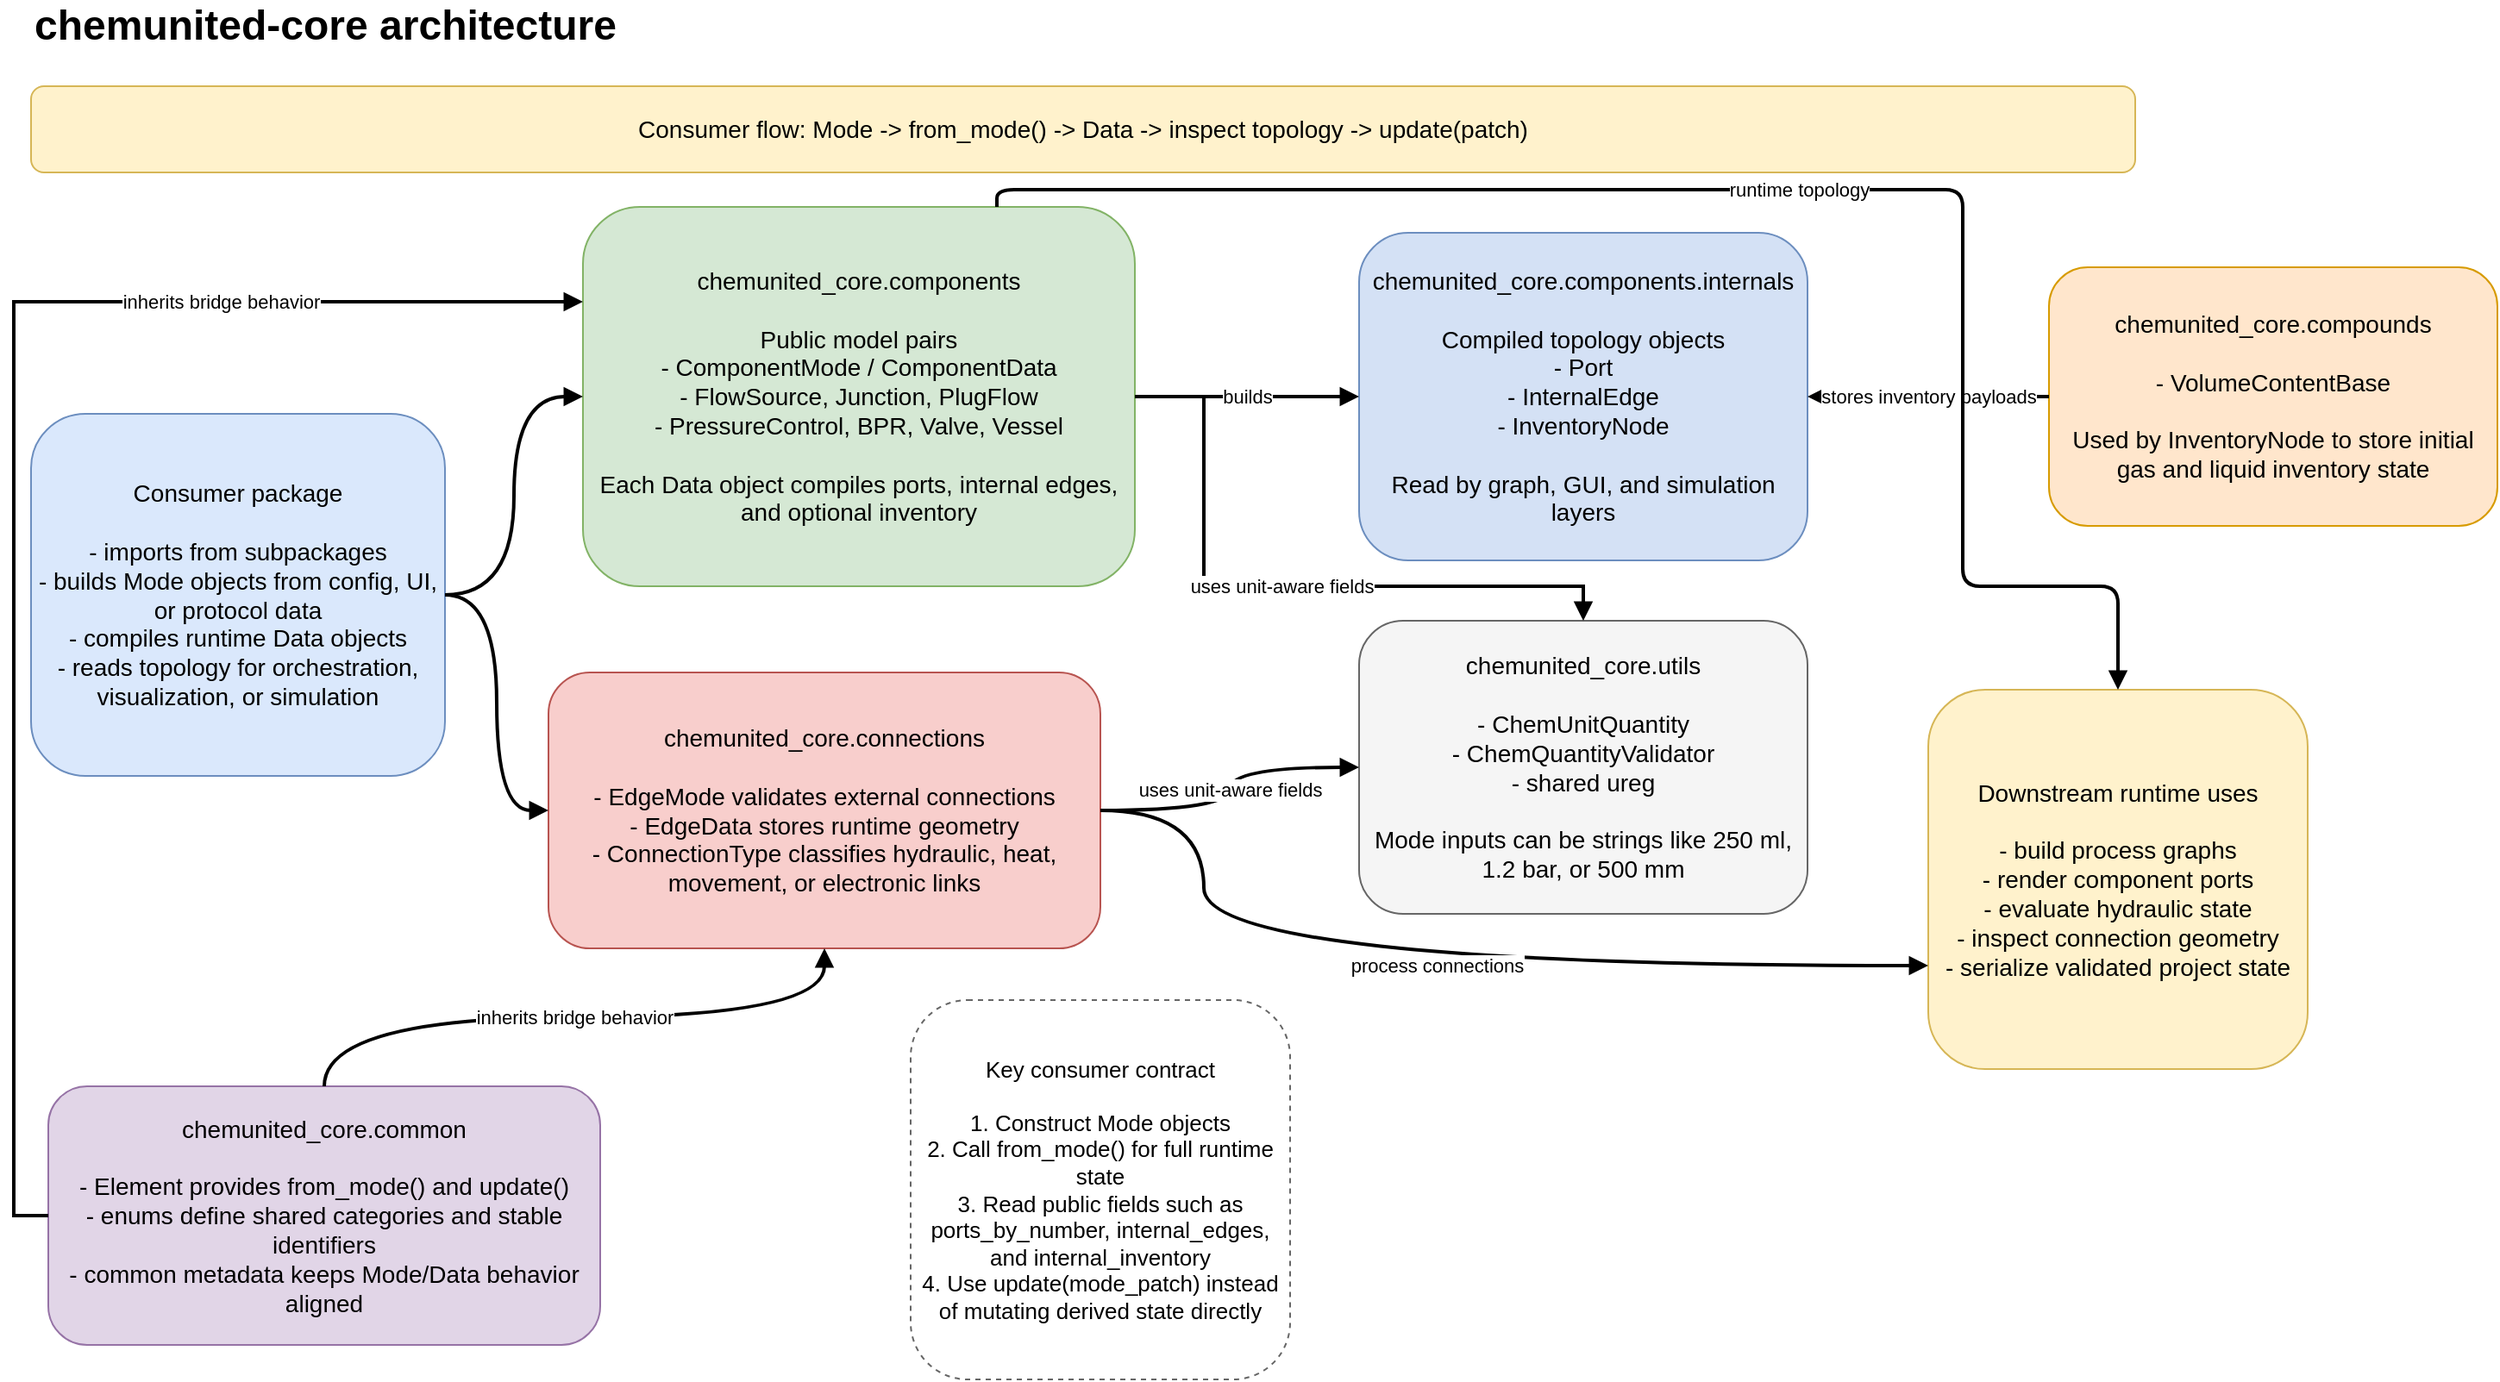
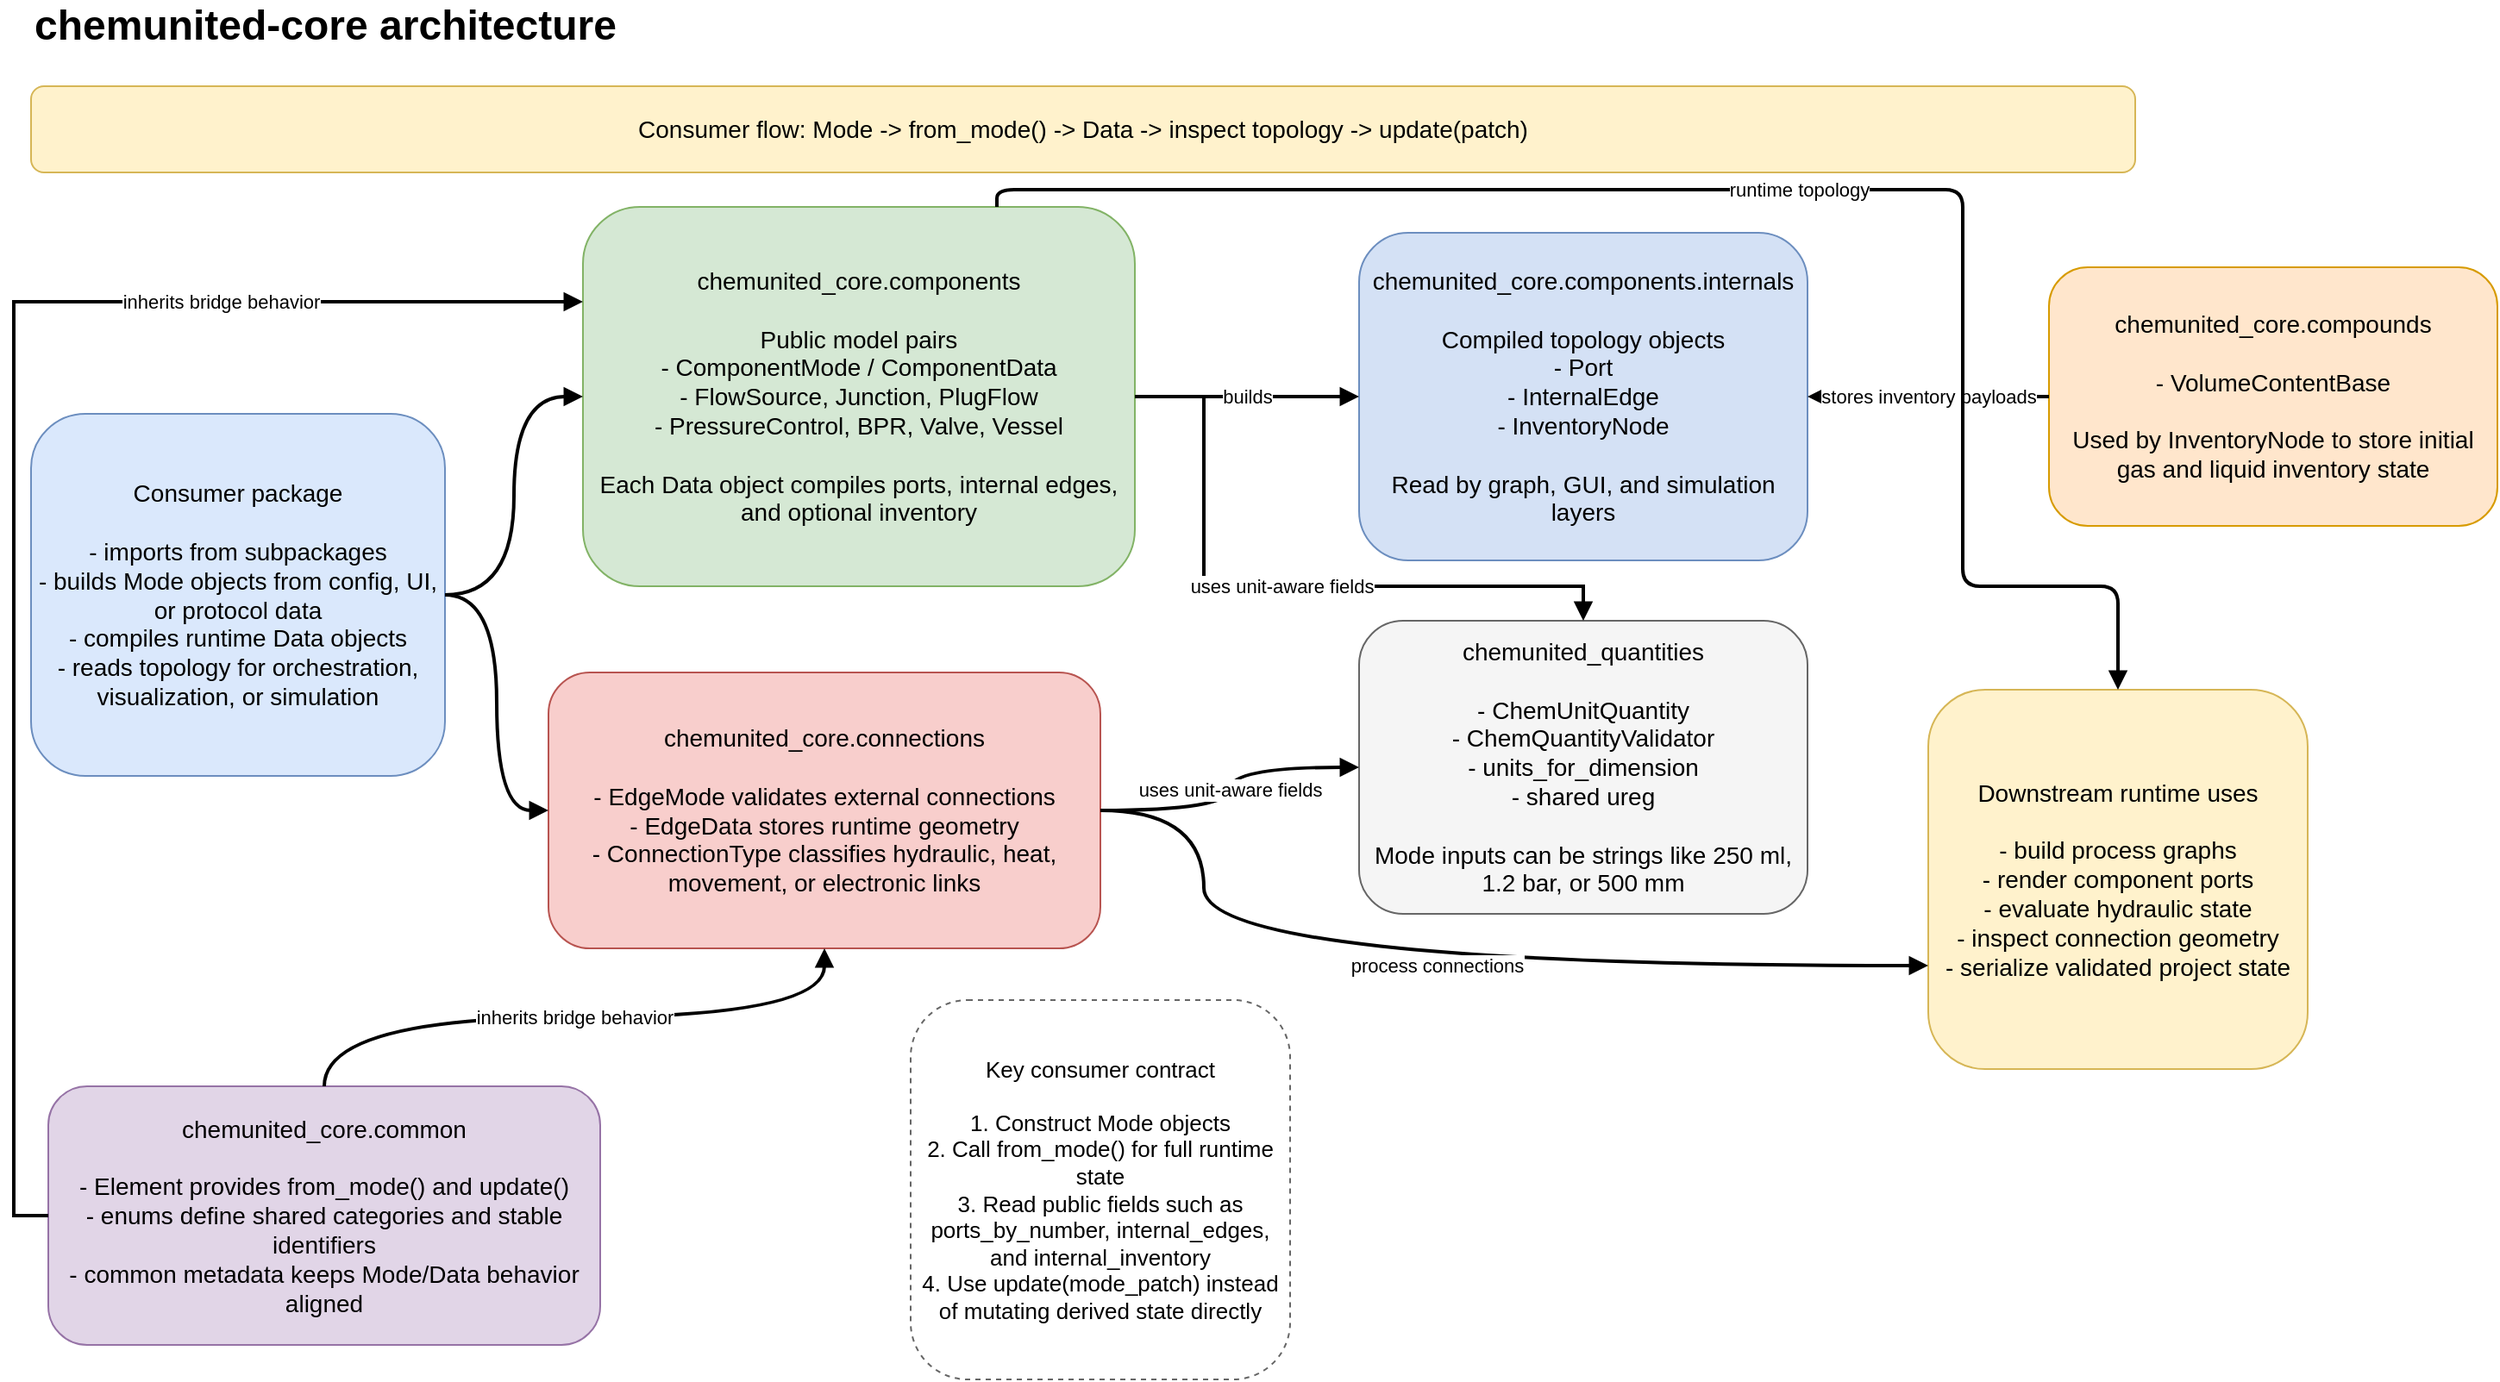
<mxfile host="65bd71144e" compressed="false">
    <diagram id="chemunited-core-architecture" name="Architecture">
        <mxGraphModel dx="1426" dy="861" grid="1" gridSize="10" guides="1" tooltips="1" connect="1" arrows="1" fold="1" page="1" pageScale="1" pageWidth="1600" pageHeight="900" math="0" shadow="0">
            <root>
                <mxCell id="0"/>
                <mxCell id="1" parent="0"/>
                <mxCell id="title" value="chemunited-core architecture" style="text;html=1;strokeColor=none;fillColor=none;align=left;verticalAlign=middle;fontSize=24;fontStyle=1;" parent="1" vertex="1">
                    <mxGeometry x="40" y="20" width="320" height="30" as="geometry"/>
                </mxCell>
                <mxCell id="summary" value="Consumer flow: Mode -&gt; from_mode() -&gt; Data -&gt; inspect topology -&gt; update(patch)" style="rounded=1;whiteSpace=wrap;html=1;fillColor=#fff2cc;strokeColor=#d6b656;fontSize=14;" parent="1" vertex="1">
                    <mxGeometry x="40" y="70" width="1220" height="50" as="geometry"/>
                </mxCell>
                <mxCell id="consumer" value="Consumer package&#xa;&#xa;- imports from subpackages&#xa;- builds Mode objects from config, UI, or protocol data&#xa;- compiles runtime Data objects&#xa;- reads topology for orchestration, visualization, or simulation" style="rounded=1;whiteSpace=wrap;html=1;fillColor=#dae8fc;strokeColor=#6c8ebf;fontSize=14;" parent="1" vertex="1">
                    <mxGeometry x="40" y="260" width="240" height="210" as="geometry"/>
                </mxCell>
                <mxCell id="components" value="chemunited_core.components&#xa;&#xa;Public model pairs&#xa;- ComponentMode / ComponentData&#xa;- FlowSource, Junction, PlugFlow&#xa;- PressureControl, BPR, Valve, Vessel&#xa;&#xa;Each Data object compiles ports, internal edges, and optional inventory" style="rounded=1;whiteSpace=wrap;html=1;fillColor=#d5e8d4;strokeColor=#82b366;fontSize=14;" parent="1" vertex="1">
                    <mxGeometry x="360" y="140" width="320" height="220" as="geometry"/>
                </mxCell>
                <mxCell id="connections" value="chemunited_core.connections&#xa;&#xa;- EdgeMode validates external connections&#xa;- EdgeData stores runtime geometry&#xa;- ConnectionType classifies hydraulic, heat, movement, or electronic links" style="rounded=1;whiteSpace=wrap;html=1;fillColor=#f8cecc;strokeColor=#b85450;fontSize=14;" parent="1" vertex="1">
                    <mxGeometry x="340" y="410" width="320" height="160" as="geometry"/>
                </mxCell>
                <mxCell id="common" value="chemunited_core.common&#xa;&#xa;- Element provides from_mode() and update()&#xa;- enums define shared categories and stable identifiers&#xa;- common metadata keeps Mode/Data behavior aligned" style="rounded=1;whiteSpace=wrap;html=1;fillColor=#e1d5e7;strokeColor=#9673a6;fontSize=14;" parent="1" vertex="1">
                    <mxGeometry x="50" y="650" width="320" height="150" as="geometry"/>
                </mxCell>
                <mxCell id="internals" value="chemunited_core.components.internals&#xa;&#xa;Compiled topology objects&#xa;- Port&#xa;- InternalEdge&#xa;- InventoryNode&#xa;&#xa;Read by graph, GUI, and simulation layers" style="rounded=1;whiteSpace=wrap;html=1;fillColor=#d4e1f5;strokeColor=#6c8ebf;fontSize=14;" parent="1" vertex="1">
                    <mxGeometry x="810" y="155" width="260" height="190" as="geometry"/>
                </mxCell>
-                 <mxCell id="quantities" value="chemunited_core.utils&#xa;&#xa;- ChemUnitQuantity&#xa;- ChemQuantityValidator&#xa;- shared ureg&#xa;&#xa;Mode inputs can be strings like 250 ml, 1.2 bar, or 500 mm" style="rounded=1;whiteSpace=wrap;html=1;fillColor=#f5f5f5;strokeColor=#666666;fontSize=14;" parent="1" vertex="1">
+                 <mxCell id="quantities" value="chemunited_quantities&#xa;&#xa;- ChemUnitQuantity&#xa;- ChemQuantityValidator&#xa;- units_for_dimension&#xa;- shared ureg&#xa;&#xa;Mode inputs can be strings like 250 ml, 1.2 bar, or 500 mm" style="rounded=1;whiteSpace=wrap;html=1;fillColor=#f5f5f5;strokeColor=#666666;fontSize=14;" parent="1" vertex="1">
                    <mxGeometry x="810" y="380" width="260" height="170" as="geometry"/>
                </mxCell>
                <mxCell id="compounds" value="chemunited_core.compounds&#xa;&#xa;- VolumeContentBase&#xa;&#xa;Used by InventoryNode to store initial gas and liquid inventory state" style="rounded=1;whiteSpace=wrap;html=1;fillColor=#ffe6cc;strokeColor=#d79b00;fontSize=14;" parent="1" vertex="1">
                    <mxGeometry x="1210" y="175" width="260" height="150" as="geometry"/>
                </mxCell>
                <mxCell id="downstream" value="Downstream runtime uses&#xa;&#xa;- build process graphs&#xa;- render component ports&#xa;- evaluate hydraulic state&#xa;- inspect connection geometry&#xa;- serialize validated project state" style="rounded=1;whiteSpace=wrap;html=1;fillColor=#fff2cc;strokeColor=#d6b656;fontSize=14;" parent="1" vertex="1">
                    <mxGeometry x="1140" y="420" width="220" height="220" as="geometry"/>
                </mxCell>
                <mxCell id="note" value="Key consumer contract&#xa;&#xa;1. Construct Mode objects&#xa;2. Call from_mode() for full runtime state&#xa;3. Read public fields such as ports_by_number, internal_edges, and internal_inventory&#xa;4. Use update(mode_patch) instead of mutating derived state directly" style="rounded=1;whiteSpace=wrap;html=1;dashed=1;fillColor=#ffffff;strokeColor=#666666;fontSize=13;" parent="1" vertex="1">
                    <mxGeometry x="550" y="600" width="220" height="220" as="geometry"/>
                </mxCell>
                <mxCell id="e1" style="edgeStyle=orthogonalEdgeStyle;rounded=0;orthogonalLoop=1;jettySize=auto;html=1;endArrow=block;strokeWidth=2;curved=1;" parent="1" source="consumer" target="components" edge="1">
                    <mxGeometry relative="1" as="geometry"/>
                </mxCell>
                <mxCell id="e2" style="edgeStyle=orthogonalEdgeStyle;rounded=0;orthogonalLoop=1;jettySize=auto;html=1;endArrow=block;strokeWidth=2;curved=1;" parent="1" source="consumer" target="connections" edge="1">
                    <mxGeometry relative="1" as="geometry"/>
                </mxCell>
                <mxCell id="e3" value="inherits bridge behavior" style="edgeStyle=orthogonalEdgeStyle;rounded=0;orthogonalLoop=1;jettySize=auto;html=1;endArrow=block;strokeWidth=2;entryX=0;entryY=0.25;entryDx=0;entryDy=0;" parent="1" source="common" target="components" edge="1">
                    <mxGeometry x="0.5227" relative="1" as="geometry">
                        <Array as="points">
                            <mxPoint x="30" y="725"/>
                            <mxPoint x="30" y="195"/>
                        </Array>
                        <mxPoint as="offset"/>
                    </mxGeometry>
                </mxCell>
                <mxCell id="e4" value="inherits bridge behavior" style="edgeStyle=orthogonalEdgeStyle;rounded=0;orthogonalLoop=1;jettySize=auto;html=1;endArrow=block;strokeWidth=2;curved=1;" parent="1" source="common" target="connections" edge="1">
                    <mxGeometry relative="1" as="geometry"/>
                </mxCell>
                <mxCell id="e5" value="builds" style="edgeStyle=orthogonalEdgeStyle;rounded=0;orthogonalLoop=1;jettySize=auto;html=1;endArrow=block;strokeWidth=2;" parent="1" source="components" target="internals" edge="1">
                    <mxGeometry relative="1" as="geometry"/>
                </mxCell>
                <mxCell id="e6" value="uses unit-aware fields" style="edgeStyle=orthogonalEdgeStyle;rounded=0;orthogonalLoop=1;jettySize=auto;html=1;endArrow=block;strokeWidth=2;entryX=0.5;entryY=0;entryDx=0;entryDy=0;" parent="1" source="components" target="quantities" edge="1">
                    <mxGeometry relative="1" as="geometry">
                        <Array as="points">
                            <mxPoint x="720" y="250"/>
                            <mxPoint x="720" y="360"/>
                            <mxPoint x="940" y="360"/>
                        </Array>
                    </mxGeometry>
                </mxCell>
                <mxCell id="e7" value="uses unit-aware fields" style="edgeStyle=orthogonalEdgeStyle;rounded=0;orthogonalLoop=1;jettySize=auto;html=1;endArrow=block;strokeWidth=2;curved=1;" parent="1" source="connections" target="quantities" edge="1">
                    <mxGeometry relative="1" as="geometry"/>
                </mxCell>
                <mxCell id="e8" value="stores inventory payloads" style="edgeStyle=orthogonalEdgeStyle;rounded=0;orthogonalLoop=1;jettySize=auto;html=1;endArrow=block;strokeWidth=2;" parent="1" source="compounds" target="internals" edge="1">
                    <mxGeometry relative="1" as="geometry"/>
                </mxCell>
                <mxCell id="e9" value="process connections" style="edgeStyle=orthogonalEdgeStyle;rounded=0;orthogonalLoop=1;jettySize=auto;html=1;endArrow=block;strokeWidth=2;curved=1;" parent="1" source="connections" target="downstream" edge="1">
                    <mxGeometry relative="1" as="geometry">
                        <Array as="points">
                            <mxPoint x="720" y="490"/>
                            <mxPoint x="720" y="580"/>
                        </Array>
                    </mxGeometry>
                </mxCell>
                <mxCell id="e10" value="runtime topology" style="edgeStyle=orthogonalEdgeStyle;rounded=1;orthogonalLoop=1;jettySize=auto;html=1;endArrow=block;strokeWidth=2;exitX=0.75;exitY=0;exitDx=0;exitDy=0;entryX=0.5;entryY=0;entryDx=0;entryDy=0;curved=0;" parent="1" source="components" target="downstream" edge="1">
                    <mxGeometry relative="1" as="geometry">
                        <Array as="points">
                            <mxPoint x="600" y="130"/>
                            <mxPoint x="1160" y="130"/>
                            <mxPoint x="1160" y="360"/>
                            <mxPoint x="1250" y="360"/>
                        </Array>
                    </mxGeometry>
                </mxCell>
            </root>
        </mxGraphModel>
    </diagram>
</mxfile>
